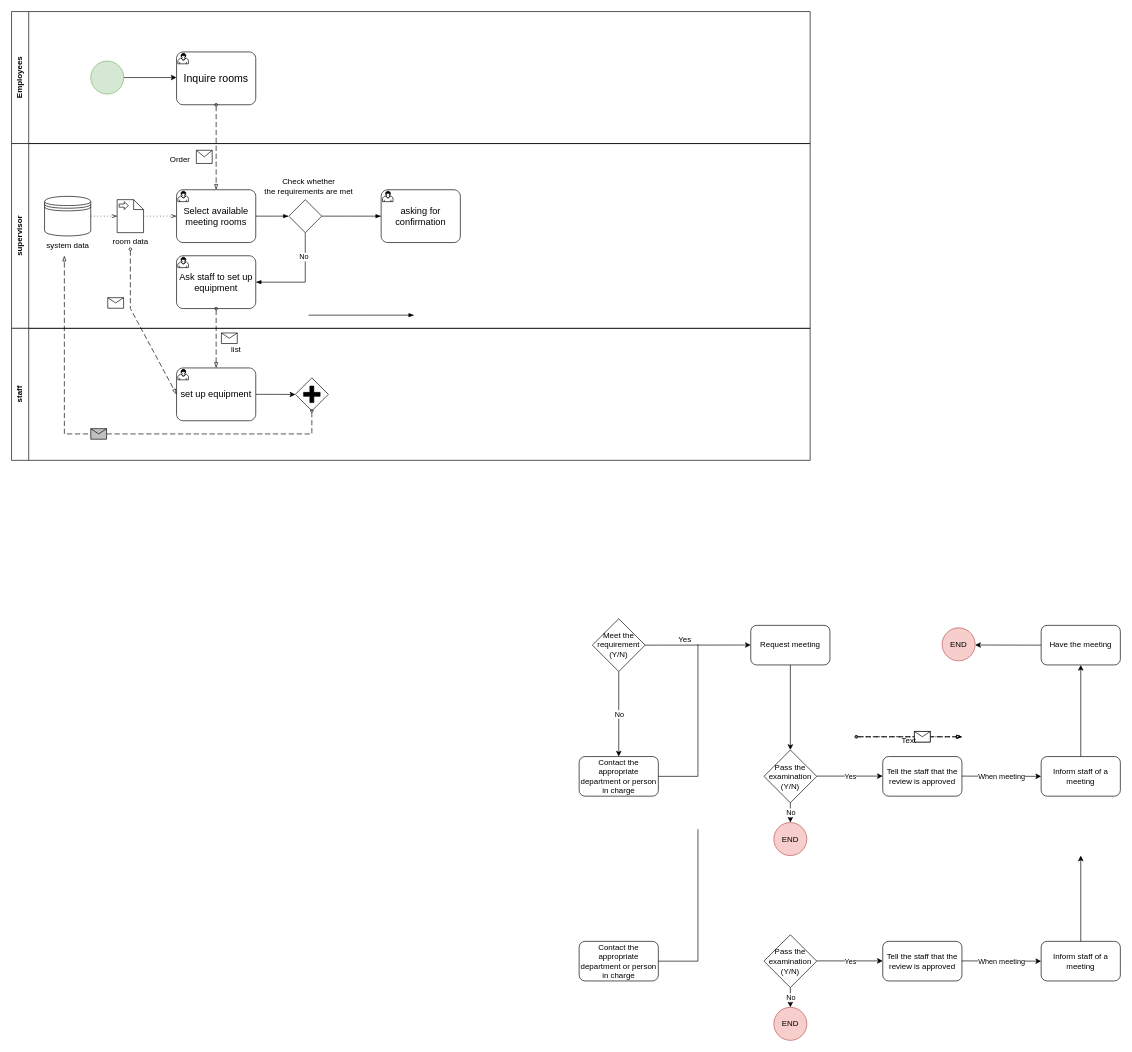
The draw.io diagram 未命名绘图.drawio in evaZQR/Q-Agent, before the edit. Source tidied: cells renumbered, new cells numbered last; positions are measured from the earlier drawing's top-left corner, leaving out a move shared by most shapes. Both pictures are drawn from the tidied source at 66%, with x=0, y=0 at pixel (11, 11).
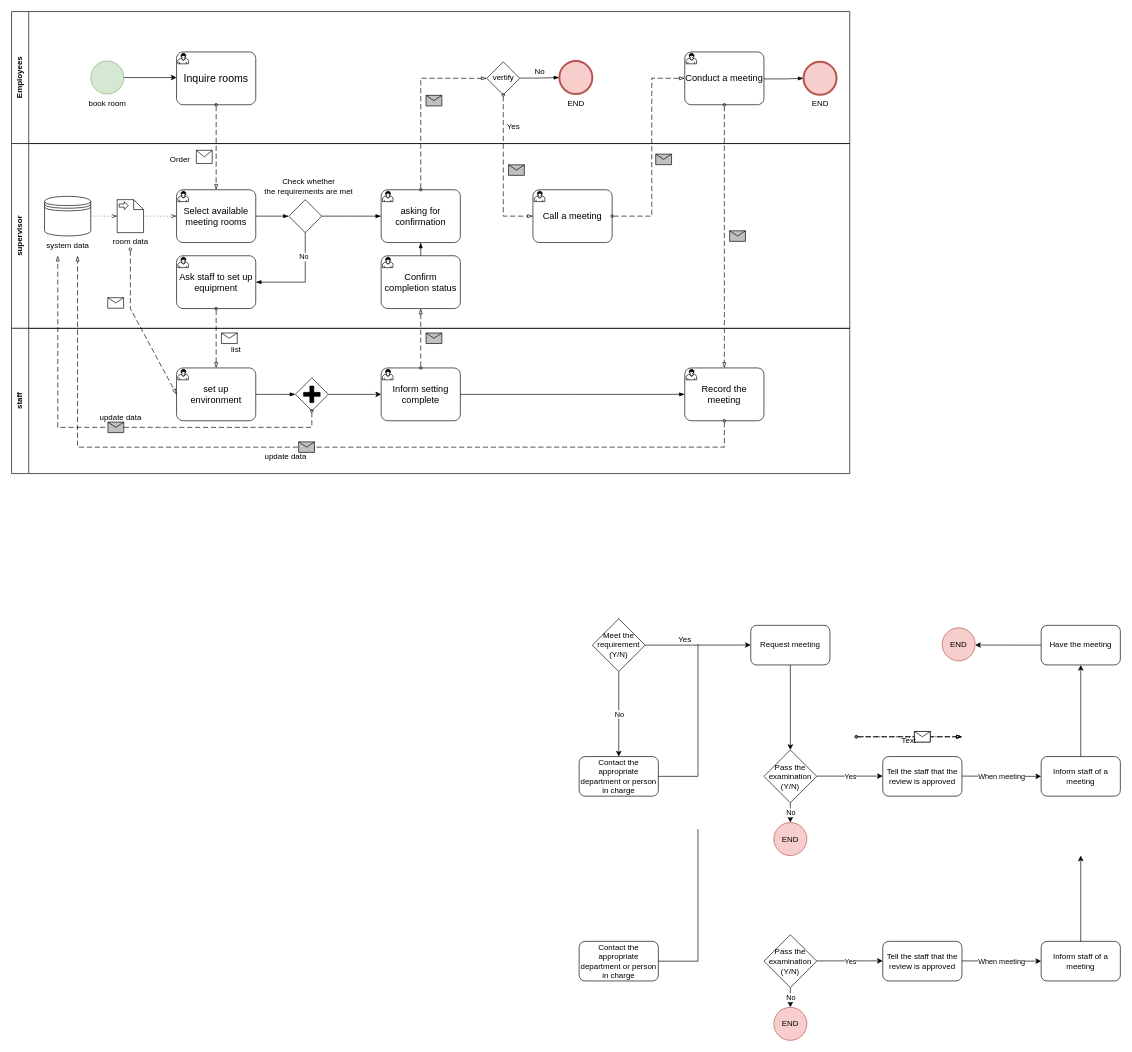
The same diagram, later.

Commit message (it also covers changes not shown here):
更新未命名绘图.drawio

Unchanged cells that the change refers to:
```xml
<mxCell id="41" value="&lt;font style=&quot;font-size: 14px;&quot;&gt;asking for confirmation&lt;/font&gt;" style="points=[[0.25,0,0],[0.5,0,0],[0.75,0,0],[1,0.25,0],[1,0.5,0],[1,0.75,0],[0.75,1,0],[0.5,1,0],[0.25,1,0],[0,0.75,0],[0,0.5,0],[0,0.25,0]];shape=mxgraph.bpmn.task;whiteSpace=wrap;rectStyle=rounded;size=10;html=1;taskMarker=user;" parent="13" vertex="1">
  <mxGeometry x="560" y="70" width="120" height="80" as="geometry" />
</mxCell>
<mxCell id="72" style="points=[[0.25,0.25,0],[0.5,0,0],[0.75,0.25,0],[1,0.5,0],[0.75,0.75,0],[0.5,1,0],[0.25,0.75,0],[0,0.5,0]];shape=mxgraph.bpmn.gateway2;html=1;verticalLabelPosition=bottom;labelBackgroundColor=#ffffff;verticalAlign=top;align=center;perimeter=rhombusPerimeter;outlineConnect=0;outline=none;symbol=none;gwType=parallel;" parent="55" vertex="1">
  <mxGeometry x="430" y="75" width="50" height="50" as="geometry" />
</mxCell>
```

What changed in the source:
```diff
@@
     <mxCell id="2" value="Employees" style="swimlane;horizontal=0;whiteSpace=wrap;html=1;startSize=26;" parent="1" vertex="1">
-      <mxGeometry width="1210" height="200" as="geometry" />
+      <mxGeometry width="1270" height="200" as="geometry" />
     </mxCell>
@@
-    <mxCell id="12" style="shape=mxgraph.bpmn.event;html=1;verticalLabelPosition=bottom;labelBackgroundColor=#ffffff;verticalAlign=top;align=center;perimeter=ellipsePerimeter;outline=standard;symbol=general;fillColor=#d5e8d4;strokeColor=#82b366;" parent="2" vertex="1">
+    <mxCell id="12" value="book room" style="shape=mxgraph.bpmn.event;html=1;verticalLabelPosition=bottom;labelBackgroundColor=#ffffff;verticalAlign=top;align=center;perimeter=ellipsePerimeter;outline=standard;symbol=general;fillColor=#d5e8d4;strokeColor=#82b366;" parent="2" vertex="1">
       <mxGeometry x="120" y="75" width="50" height="50" as="geometry" />
     </mxCell>
+    <mxCell id="81" style="points=[[0.25,0.25,0],[0.5,0,0],[0.75,0.25,0],[1,0.5,0],[0.75,0.75,0],[0.5,1,0],[0.25,0.75,0],[0,0.5,0]];shape=mxgraph.bpmn.gateway2;html=1;verticalLabelPosition=bottom;labelBackgroundColor=#ffffff;verticalAlign=top;align=center;perimeter=rhombusPerimeter;outlineConnect=0;outline=none;symbol=none;" parent="2" vertex="1">
+      <mxGeometry x="720" y="76.2" width="50" height="50" as="geometry" />
+    </mxCell>
+    <mxCell id="82" value="vertify" style="text;html=1;align=center;verticalAlign=middle;strokeColor=none;fillColor=none;" parent="2" vertex="1">
+      <mxGeometry x="715" y="85" width="60" height="30" as="geometry" />
+    </mxCell>
+    <mxCell id="83" style="edgeStyle=elbowEdgeStyle;fontSize=12;html=1;endArrow=blockThin;endFill=1;rounded=0;elbow=horizontal;entryX=0;entryY=0.5;entryDx=0;entryDy=0;entryPerimeter=0;" parent="2" edge="1" target="85">
+      <mxGeometry relative="1" as="geometry">
+        <mxPoint x="770" y="100.8" as="sourcePoint" />
+      </mxGeometry>
+    </mxCell>
+    <mxCell id="84" value="No" style="text;html=1;align=center;verticalAlign=middle;strokeColor=none;fillColor=none;" parent="2" vertex="1">
+      <mxGeometry x="780" y="76.2" width="40" height="30" as="geometry" />
+    </mxCell>
+    <mxCell id="85" value="END" style="points=[[0.145,0.145,0],[0.5,0,0],[0.855,0.145,0],[1,0.5,0],[0.855,0.855,0],[0.5,1,0],[0.145,0.855,0],[0,0.5,0]];shape=mxgraph.bpmn.event;html=1;verticalLabelPosition=bottom;labelBackgroundColor=#ffffff;verticalAlign=top;align=center;perimeter=ellipsePerimeter;outlineConnect=0;outline=end;symbol=terminate2;fillColor=#f8cecc;strokeColor=#b85450;" parent="2" vertex="1">
+      <mxGeometry x="830" y="75" width="50" height="50" as="geometry" />
+    </mxCell>
+    <mxCell id="86" value="Yes" style="text;html=1;align=center;verticalAlign=middle;strokeColor=none;fillColor=none;" parent="2" vertex="1">
+      <mxGeometry x="740" y="160" width="40" height="30" as="geometry" />
+    </mxCell>
+    <mxCell id="87" value="&lt;font style=&quot;font-size: 14px;&quot;&gt;Conduct a meeting&lt;/font&gt;" style="points=[[0.25,0,0],[0.5,0,0],[0.75,0,0],[1,0.25,0],[1,0.5,0],[1,0.75,0],[0.75,1,0],[0.5,1,0],[0.25,1,0],[0,0.75,0],[0,0.5,0],[0,0.25,0]];shape=mxgraph.bpmn.task;whiteSpace=wrap;rectStyle=rounded;size=10;html=1;taskMarker=user;" parent="2" vertex="1">
+      <mxGeometry x="1020" y="61.2" width="120" height="80" as="geometry" />
+    </mxCell>
+    <mxCell id="88" style="edgeStyle=elbowEdgeStyle;fontSize=12;html=1;endArrow=blockThin;endFill=1;rounded=0;elbow=horizontal;entryX=0;entryY=0.5;entryDx=0;entryDy=0;entryPerimeter=0;" parent="2" edge="1" target="89">
+      <mxGeometry relative="1" as="geometry">
+        <mxPoint x="1140" y="102.1" as="sourcePoint" />
+      </mxGeometry>
+    </mxCell>
+    <mxCell id="89" value="END" style="points=[[0.145,0.145,0],[0.5,0,0],[0.855,0.145,0],[1,0.5,0],[0.855,0.855,0],[0.5,1,0],[0.145,0.855,0],[0,0.5,0]];shape=mxgraph.bpmn.event;html=1;verticalLabelPosition=bottom;labelBackgroundColor=#ffffff;verticalAlign=top;align=center;perimeter=ellipsePerimeter;outlineConnect=0;outline=end;symbol=terminate2;fillColor=#f8cecc;strokeColor=#b85450;" parent="2" vertex="1">
+      <mxGeometry x="1200" y="76.2" width="50" height="50" as="geometry" />
+    </mxCell>
     <mxCell id="13" value="supervisor" style="swimlane;horizontal=0;whiteSpace=wrap;html=1;startSize=26;" parent="1" vertex="1">
-      <mxGeometry y="200" width="1210" height="280" as="geometry" />
+      <mxGeometry y="200" width="1270" height="280" as="geometry" />
     </mxCell>
@@
+    <mxCell id="90" value="&lt;font style=&quot;font-size: 14px;&quot;&gt;Call a meeting&lt;/font&gt;" style="points=[[0.25,0,0],[0.5,0,0],[0.75,0,0],[1,0.25,0],[1,0.5,0],[1,0.75,0],[0.75,1,0],[0.5,1,0],[0.25,1,0],[0,0.75,0],[0,0.5,0],[0,0.25,0]];shape=mxgraph.bpmn.task;whiteSpace=wrap;rectStyle=rounded;size=10;html=1;taskMarker=user;" parent="13" vertex="1">
+      <mxGeometry x="790" y="70" width="120" height="80" as="geometry" />
+    </mxCell>
+    <mxCell id="91" value="&lt;font style=&quot;font-size: 14px;&quot;&gt;Confirm completion status&lt;/font&gt;" style="points=[[0.25,0,0],[0.5,0,0],[0.75,0,0],[1,0.25,0],[1,0.5,0],[1,0.75,0],[0.75,1,0],[0.5,1,0],[0.25,1,0],[0,0.75,0],[0,0.5,0],[0,0.25,0]];shape=mxgraph.bpmn.task;whiteSpace=wrap;rectStyle=rounded;size=10;html=1;taskMarker=user;" parent="13" vertex="1">
+      <mxGeometry x="560" y="170" width="120" height="80" as="geometry" />
+    </mxCell>
+    <mxCell id="92" style="edgeStyle=elbowEdgeStyle;fontSize=12;html=1;endArrow=blockThin;endFill=1;rounded=0;exitX=0.5;exitY=0;exitDx=0;exitDy=0;exitPerimeter=0;entryX=0.5;entryY=1;entryDx=0;entryDy=0;entryPerimeter=0;" parent="13" edge="1" source="91" target="41">
+      <mxGeometry relative="1" as="geometry" />
+    </mxCell>
@@
     <mxCell id="55" value="staff" style="swimlane;horizontal=0;whiteSpace=wrap;html=1;startSize=26;" parent="1" vertex="1">
-      <mxGeometry y="480" width="1210" height="200" as="geometry" />
+      <mxGeometry y="480" width="1270" height="220" as="geometry" />
     </mxCell>
@@
-    <mxCell id="70" style="edgeStyle=orthogonalEdgeStyle;rounded=0;jettySize=auto;html=1;exitX=1;exitY=0.5;exitDx=0;exitDy=0;exitPerimeter=0;" parent="55" edge="1" source="71">
-      <mxGeometry relative="1" as="geometry">
-        <mxPoint x="430" y="100.2" as="targetPoint" />
-      </mxGeometry>
-    </mxCell>
-    <mxCell id="71" value="&lt;font style=&quot;font-size: 14px;&quot;&gt;set up equipment&lt;/font&gt;" style="points=[[0.25,0,0],[0.5,0,0],[0.75,0,0],[1,0.25,0],[1,0.5,0],[1,0.75,0],[0.75,1,0],[0.5,1,0],[0.25,1,0],[0,0.75,0],[0,0.5,0],[0,0.25,0]];shape=mxgraph.bpmn.task;whiteSpace=wrap;rectStyle=rounded;size=10;html=1;taskMarker=user;" parent="55" vertex="1">
+    <mxCell id="71" value="&lt;font style=&quot;font-size: 14px;&quot;&gt;set up environment&lt;/font&gt;" style="points=[[0.25,0,0],[0.5,0,0],[0.75,0,0],[1,0.25,0],[1,0.5,0],[1,0.75,0],[0.75,1,0],[0.5,1,0],[0.25,1,0],[0,0.75,0],[0,0.5,0],[0,0.25,0]];shape=mxgraph.bpmn.task;whiteSpace=wrap;rectStyle=rounded;size=10;html=1;taskMarker=user;" parent="55" vertex="1">
       <mxGeometry x="250" y="60" width="120" height="80" as="geometry" />
     </mxCell>
@@
     <mxCell id="73" style="endArrow=blockThin;html=1;labelPosition=left;verticalLabelPosition=middle;align=right;verticalAlign=middle;dashed=1;dashPattern=8 4;endFill=0;startArrow=oval;startFill=0;endSize=6;startSize=4;rounded=0;exitX=0.5;exitY=1;exitDx=0;exitDy=0;exitPerimeter=0;" parent="55" edge="1" source="72">
       <mxGeometry relative="1" as="geometry">
-        <mxPoint x="80" y="-110" as="targetPoint" />
+        <mxPoint x="70" y="-110" as="targetPoint" />
         <Array as="points">
-          <mxPoint x="455" y="160" />
-          <mxPoint x="80" y="160" />
+          <mxPoint x="455" y="150" />
+          <mxPoint x="70" y="150" />
         </Array>
       </mxGeometry>
     </mxCell>
     <mxCell id="74" style="shape=message;html=1;labelPosition=left;verticalLabelPosition=middle;align=right;verticalAlign=middle;spacingRight=5;labelBackgroundColor=#ffffff;fillColor=#C0C0C0;" parent="73" vertex="1">
       <mxGeometry width="24" height="16" relative="1" as="geometry">
-        <mxPoint x="-30" y="-8" as="offset" />
+        <mxPoint x="1" y="-8" as="offset" />
       </mxGeometry>
     </mxCell>
+    <mxCell id="93" value="update data" style="text;html=1;align=center;verticalAlign=middle;strokeColor=none;fillColor=none;" parent="55" vertex="1">
+      <mxGeometry x="120" y="120" width="90" height="30" as="geometry" />
+    </mxCell>
+    <mxCell id="94" style="edgeStyle=elbowEdgeStyle;fontSize=12;html=1;endArrow=blockThin;endFill=1;rounded=0;exitX=1;exitY=0.5;exitDx=0;exitDy=0;exitPerimeter=0;entryX=0;entryY=0.5;entryDx=0;entryDy=0;entryPerimeter=0;" parent="55" edge="1" source="71" target="72">
+      <mxGeometry relative="1" as="geometry" />
+    </mxCell>
+    <mxCell id="95" value="&lt;font style=&quot;font-size: 14px;&quot;&gt;Inform setting complete&lt;/font&gt;" style="points=[[0.25,0,0],[0.5,0,0],[0.75,0,0],[1,0.25,0],[1,0.5,0],[1,0.75,0],[0.75,1,0],[0.5,1,0],[0.25,1,0],[0,0.75,0],[0,0.5,0],[0,0.25,0]];shape=mxgraph.bpmn.task;whiteSpace=wrap;rectStyle=rounded;size=10;html=1;taskMarker=user;" parent="55" vertex="1">
+      <mxGeometry x="560" y="60" width="120" height="80" as="geometry" />
+    </mxCell>
+    <mxCell id="96" style="edgeStyle=orthogonalEdgeStyle;rounded=0;jettySize=auto;html=1;exitX=1;exitY=0.5;exitDx=0;exitDy=0;exitPerimeter=0;entryX=0;entryY=0.5;entryDx=0;entryDy=0;entryPerimeter=0;" parent="55" edge="1" source="72" target="95">
+      <mxGeometry relative="1" as="geometry" />
+    </mxCell>
+    <mxCell id="97" value="&lt;font style=&quot;font-size: 14px;&quot;&gt;Record the meeting&lt;/font&gt;" style="points=[[0.25,0,0],[0.5,0,0],[0.75,0,0],[1,0.25,0],[1,0.5,0],[1,0.75,0],[0.75,1,0],[0.5,1,0],[0.25,1,0],[0,0.75,0],[0,0.5,0],[0,0.25,0]];shape=mxgraph.bpmn.task;whiteSpace=wrap;rectStyle=rounded;size=10;html=1;taskMarker=user;" parent="55" vertex="1">
+      <mxGeometry x="1020" y="60" width="120" height="80" as="geometry" />
+    </mxCell>
+    <mxCell id="98" style="edgeStyle=elbowEdgeStyle;fontSize=12;html=1;endArrow=blockThin;endFill=1;rounded=0;exitX=1;exitY=0.5;exitDx=0;exitDy=0;exitPerimeter=0;entryX=0;entryY=0.5;entryDx=0;entryDy=0;entryPerimeter=0;" parent="55" edge="1" source="95" target="97">
+      <mxGeometry relative="1" as="geometry" />
+    </mxCell>
+    <mxCell id="99" value="update data" style="text;html=1;align=center;verticalAlign=middle;strokeColor=none;fillColor=none;" parent="55" vertex="1">
+      <mxGeometry x="370" y="180" width="90" height="30" as="geometry" />
+    </mxCell>
@@
-    <mxCell id="80" style="edgeStyle=elbowEdgeStyle;fontSize=12;html=1;endArrow=blockThin;endFill=1;rounded=0;" parent="1" edge="1">
-      <mxGeometry relative="1" as="geometry">
-        <mxPoint x="450" y="460" as="sourcePoint" />
-        <mxPoint x="610" y="460" as="targetPoint" />
-      </mxGeometry>
-    </mxCell>
+    <mxCell id="100" style="endArrow=blockThin;html=1;labelPosition=left;verticalLabelPosition=middle;align=right;verticalAlign=middle;dashed=1;dashPattern=8 4;endFill=0;startArrow=oval;startFill=0;endSize=6;startSize=4;rounded=0;exitX=0.5;exitY=0;exitDx=0;exitDy=0;exitPerimeter=0;entryX=0;entryY=0.5;entryDx=0;entryDy=0;entryPerimeter=0;" parent="1" edge="1" source="41" target="81">
+      <mxGeometry relative="1" as="geometry">
+        <Array as="points">
+          <mxPoint x="620" y="101" />
+        </Array>
+      </mxGeometry>
+    </mxCell>
+    <mxCell id="101" style="shape=message;html=1;labelPosition=left;verticalLabelPosition=middle;align=right;verticalAlign=middle;spacingRight=5;labelBackgroundColor=#ffffff;fillColor=#C0C0C0;" parent="100" vertex="1">
+      <mxGeometry width="24" height="16" relative="1" as="geometry">
+        <mxPoint x="8" y="-8" as="offset" />
+      </mxGeometry>
+    </mxCell>
+    <mxCell id="102" style="endArrow=blockThin;html=1;labelPosition=left;verticalLabelPosition=middle;align=right;verticalAlign=middle;dashed=1;dashPattern=8 4;endFill=0;startArrow=oval;startFill=0;endSize=6;startSize=4;rounded=0;exitX=0.5;exitY=1;exitDx=0;exitDy=0;exitPerimeter=0;entryX=0;entryY=0.5;entryDx=0;entryDy=0;entryPerimeter=0;" parent="1" edge="1" source="81" target="90">
+      <mxGeometry relative="1" as="geometry">
+        <Array as="points">
+          <mxPoint x="745" y="310" />
+        </Array>
+      </mxGeometry>
+    </mxCell>
+    <mxCell id="103" style="shape=message;html=1;labelPosition=left;verticalLabelPosition=middle;align=right;verticalAlign=middle;spacingRight=5;labelBackgroundColor=#ffffff;fillColor=#C0C0C0;" parent="102" vertex="1">
+      <mxGeometry width="24" height="16" relative="1" as="geometry">
+        <mxPoint x="8" y="-8" as="offset" />
+      </mxGeometry>
+    </mxCell>
+    <mxCell id="104" style="endArrow=blockThin;html=1;labelPosition=left;verticalLabelPosition=middle;align=right;verticalAlign=middle;dashed=1;dashPattern=8 4;endFill=0;startArrow=oval;startFill=0;endSize=6;startSize=4;rounded=0;exitX=0.5;exitY=0;exitDx=0;exitDy=0;exitPerimeter=0;" parent="1" edge="1" source="95">
+      <mxGeometry relative="1" as="geometry">
+        <mxPoint x="620" y="450" as="targetPoint" />
+      </mxGeometry>
+    </mxCell>
+    <mxCell id="105" style="shape=message;html=1;labelPosition=left;verticalLabelPosition=middle;align=right;verticalAlign=middle;spacingRight=5;labelBackgroundColor=#ffffff;fillColor=#C0C0C0;" parent="104" vertex="1">
+      <mxGeometry width="24" height="16" relative="1" as="geometry">
+        <mxPoint x="8" y="-8" as="offset" />
+      </mxGeometry>
+    </mxCell>
+    <mxCell id="106" style="endArrow=blockThin;html=1;labelPosition=left;verticalLabelPosition=middle;align=right;verticalAlign=middle;dashed=1;dashPattern=8 4;endFill=0;startArrow=oval;startFill=0;endSize=6;startSize=4;rounded=0;exitX=0.5;exitY=1;exitDx=0;exitDy=0;exitPerimeter=0;" parent="1" edge="1" source="97">
+      <mxGeometry relative="1" as="geometry">
+        <mxPoint x="100" y="370" as="targetPoint" />
+        <Array as="points">
+          <mxPoint x="1080" y="660" />
+          <mxPoint x="100" y="660" />
+        </Array>
+      </mxGeometry>
+    </mxCell>
+    <mxCell id="107" style="shape=message;html=1;labelPosition=left;verticalLabelPosition=middle;align=right;verticalAlign=middle;spacingRight=5;labelBackgroundColor=#ffffff;fillColor=#C0C0C0;" parent="106" vertex="1">
+      <mxGeometry width="24" height="16" relative="1" as="geometry">
+        <mxPoint x="-30" y="-8" as="offset" />
+      </mxGeometry>
+    </mxCell>
+    <mxCell id="108" style="endArrow=blockThin;html=1;labelPosition=left;verticalLabelPosition=middle;align=right;verticalAlign=middle;dashed=1;dashPattern=8 4;endFill=0;startArrow=oval;startFill=0;endSize=6;startSize=4;rounded=0;exitX=1;exitY=0.5;exitDx=0;exitDy=0;exitPerimeter=0;entryX=0;entryY=0.5;entryDx=0;entryDy=0;entryPerimeter=0;" parent="1" edge="1" source="90" target="87">
+      <mxGeometry relative="1" as="geometry">
+        <Array as="points">
+          <mxPoint x="970" y="310" />
+          <mxPoint x="970" y="101" />
+        </Array>
+      </mxGeometry>
+    </mxCell>
+    <mxCell id="109" style="shape=message;html=1;labelPosition=left;verticalLabelPosition=middle;align=right;verticalAlign=middle;spacingRight=5;labelBackgroundColor=#ffffff;fillColor=#C0C0C0;" parent="108" vertex="1">
+      <mxGeometry width="24" height="16" relative="1" as="geometry">
+        <mxPoint x="6" y="6" as="offset" />
+      </mxGeometry>
+    </mxCell>
+    <mxCell id="110" style="endArrow=blockThin;html=1;labelPosition=left;verticalLabelPosition=middle;align=right;verticalAlign=middle;dashed=1;dashPattern=8 4;endFill=0;startArrow=oval;startFill=0;endSize=6;startSize=4;rounded=0;exitX=0.5;exitY=1;exitDx=0;exitDy=0;exitPerimeter=0;entryX=0.5;entryY=0;entryDx=0;entryDy=0;entryPerimeter=0;" parent="1" edge="1" source="87" target="97">
+      <mxGeometry relative="1" as="geometry" />
+    </mxCell>
+    <mxCell id="111" style="shape=message;html=1;labelPosition=left;verticalLabelPosition=middle;align=right;verticalAlign=middle;spacingRight=5;labelBackgroundColor=#ffffff;fillColor=#C0C0C0;" parent="110" vertex="1">
+      <mxGeometry width="24" height="16" relative="1" as="geometry">
+        <mxPoint x="8" y="-8" as="offset" />
+      </mxGeometry>
+    </mxCell>
```
